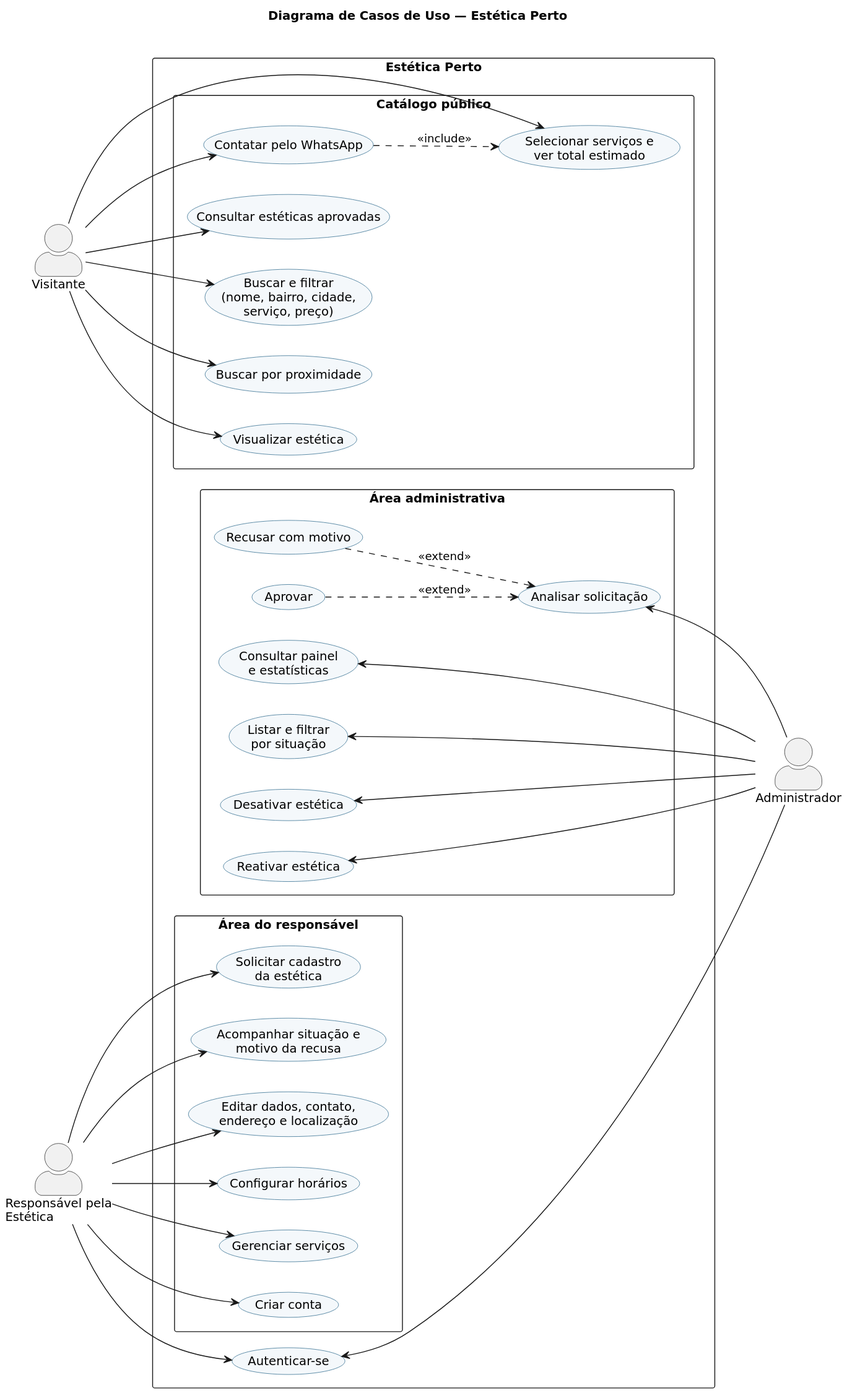
Earlier version of the PlantUML export docs/diagrams/use-cases.svg (GilbertoJunior874/tcc-estetica). Its diagram source:
```plantuml
@startuml
left to right direction
skinparam shadowing false
skinparam defaultFontName "DejaVu Sans"
skinparam backgroundColor white
skinparam actorStyle awesome
skinparam packageStyle rectangle
skinparam usecase {
  BackgroundColor #F4F8FB
  BorderColor #1F5F84
}

title Diagrama de Casos de Uso — Estética Perto

actor "Visitante" as V
actor "Responsável pela\nEstética" as R
actor "Administrador" as A

rectangle "Estética Perto" {
  package "Catálogo público" {
    usecase "Consultar estéticas aprovadas" as UC01
    usecase "Buscar e filtrar\n(nome, bairro, cidade,\nserviço, preço)" as UC02
    usecase "Buscar por proximidade" as UC03
    usecase "Visualizar estética" as UC04
    usecase "Selecionar serviços e\nver total estimado" as UC05
    usecase "Contatar pelo WhatsApp" as UC06
  }

  usecase "Autenticar-se" as UC08

  package "Área do responsável" {
    usecase "Criar conta" as UC07
    usecase "Solicitar cadastro\nda estética" as UC09
    usecase "Acompanhar situação e\nmotivo da recusa" as UC10
    usecase "Editar dados, contato,\nendereço e localização" as UC11
    usecase "Configurar horários" as UC12
    usecase "Gerenciar serviços" as UC13
  }

  package "Área administrativa" {
    usecase "Consultar painel\ne estatísticas" as UC14
    usecase "Listar e filtrar\npor situação" as UC15
    usecase "Analisar solicitação" as UC16
    usecase "Aprovar" as UC17
    usecase "Recusar com motivo" as UC18
    usecase "Desativar estética" as UC19
    usecase "Reativar estética" as UC20
  }
}

V --> UC01
V --> UC02
V --> UC03
V --> UC04
V --> UC05
V --> UC06
UC06 ..> UC05 : <<include>>

R --> UC07
R --> UC08
R --> UC09
R --> UC10
R --> UC11
R --> UC12
R --> UC13

UC08 <-- A
UC14 <-- A
UC15 <-- A
UC16 <-- A
UC19 <-- A
UC20 <-- A
UC17 ..> UC16 : <<extend>>
UC18 ..> UC16 : <<extend>>
@enduml
```
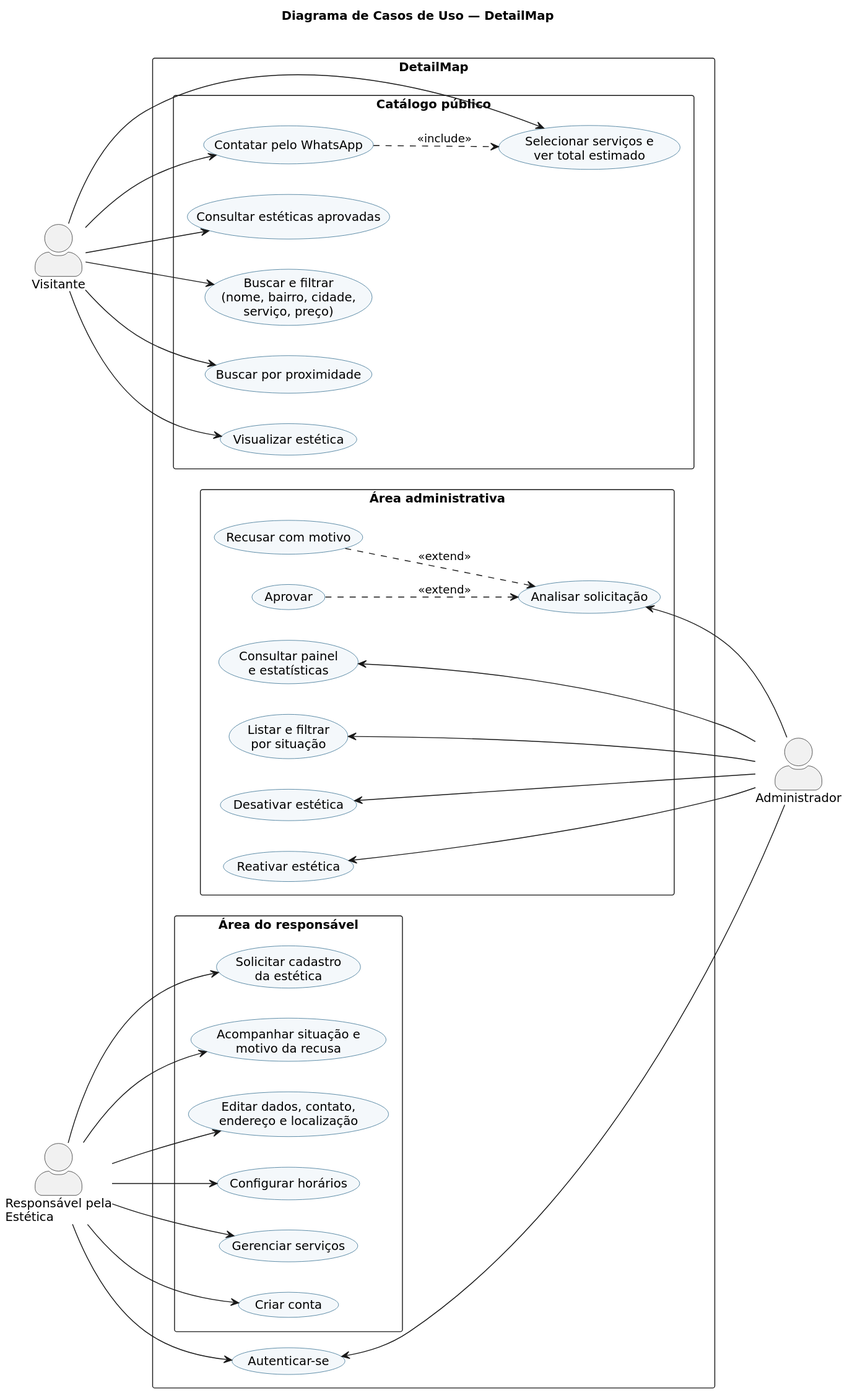
Above is the later version.

Diff of the diagram source:
```diff
@@ -10,13 +10,13 @@
   BorderColor #1F5F84
 }
 
-title Diagrama de Casos de Uso — Estética Perto
+title Diagrama de Casos de Uso — DetailMap
 
 actor "Visitante" as V
 actor "Responsável pela\nEstética" as R
 actor "Administrador" as A
 
-rectangle "Estética Perto" {
+rectangle "DetailMap" {
   package "Catálogo público" {
     usecase "Consultar estéticas aprovadas" as UC01
     usecase "Buscar e filtrar\n(nome, bairro, cidade,\nserviço, preço)" as UC02
```
